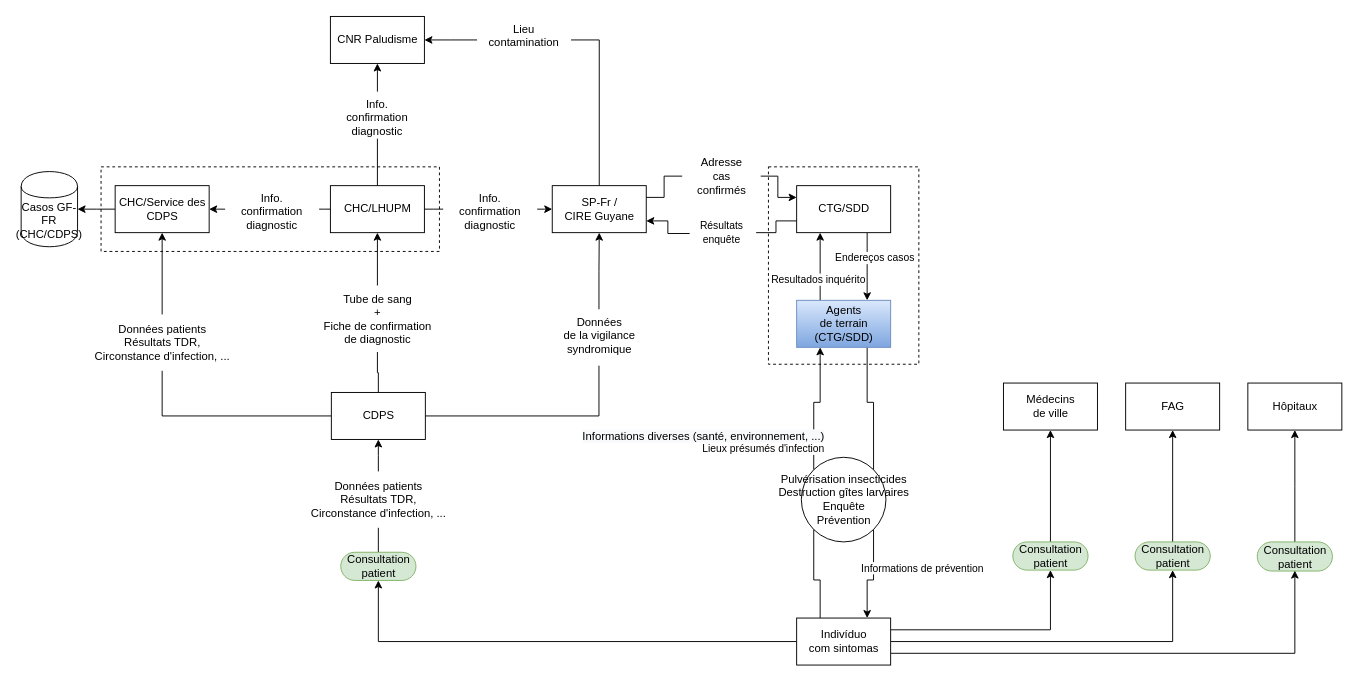
The draw.io diagram Paludisme_FR-GF.drawio in EmmanuelRouxIRD/VigiFront-Saude, before the edit. Source tidied: cells renumbered, new cells numbered last; positions are measured from the earlier drawing's top-left corner, leaving out a move shared by most shapes. Both pictures are drawn from the tidied source at 94%, with x=0, y=0 at pixel (21, 16).
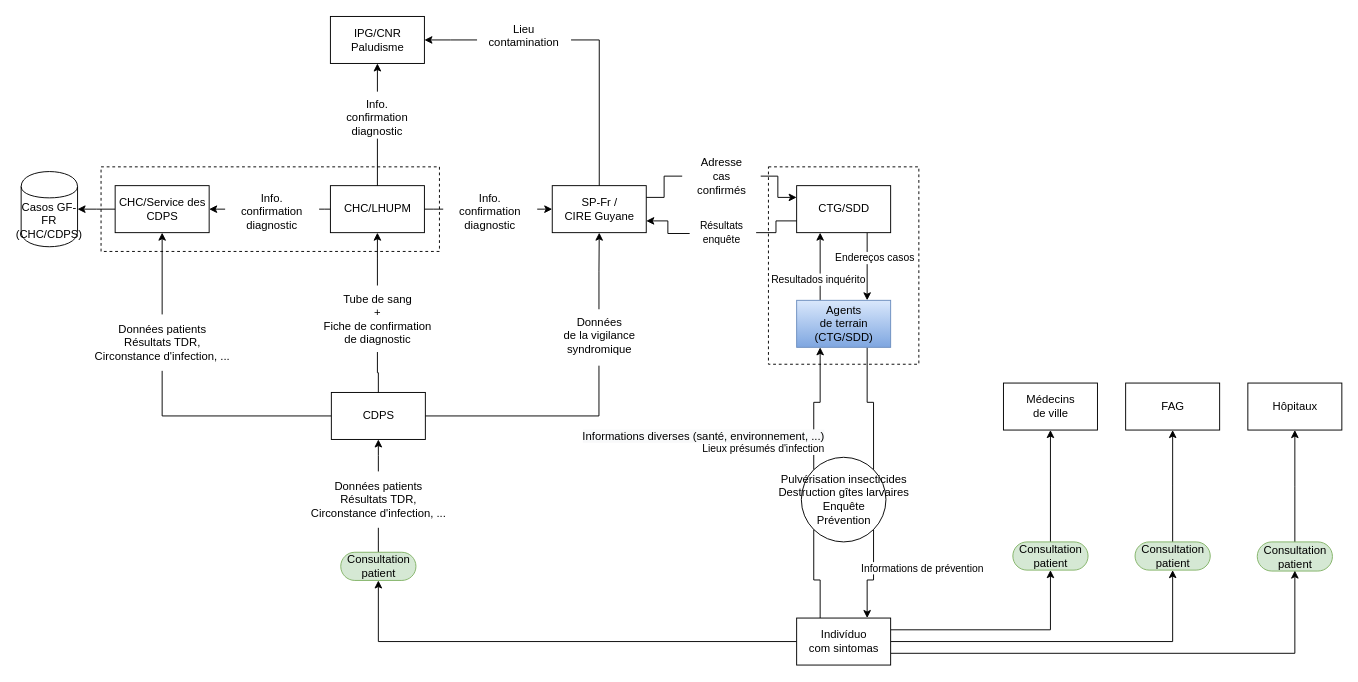
The same diagram, later.

Commit message (it also covers changes not shown here):
Mettre à jour Paludisme_FR-GF.drawio

Diff of the diagram source:
```diff
@@
-    <mxCell id="10" value="CNR Paludisme" style="html=1;dashed=0;whitespace=wrap;" parent="1" vertex="1">
+    <mxCell id="10" value="IPG/CNR&lt;br&gt;Paludisme" style="html=1;dashed=0;whitespace=wrap;" parent="1" vertex="1">
       <mxGeometry x="329" width="100" height="50" as="geometry" />
     </mxCell>
```
